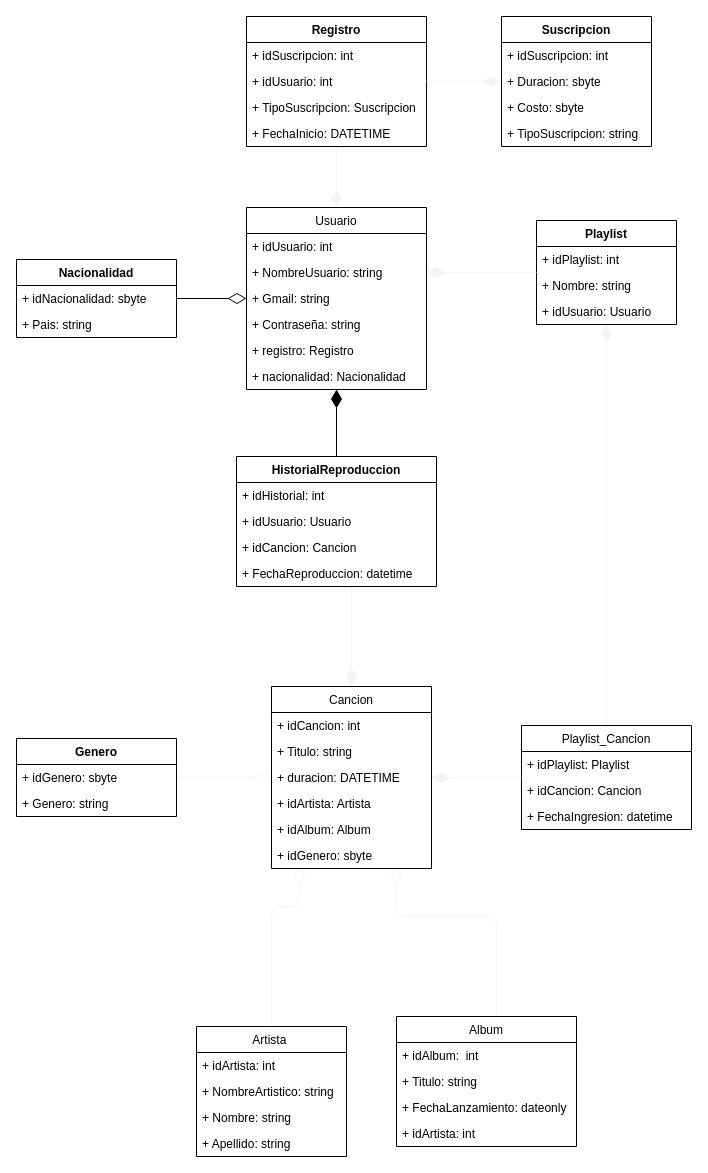
The draw.io diagram doc/Diagrama.drawio in JosuGuzman/BD-Spotify, before the edit. Source tidied: cells renumbered, new cells numbered last; positions are measured from the earlier drawing's top-left corner, leaving out a move shared by most shapes. Both pictures are drawn from the tidied source at 100%, with x=0, y=0 at pixel (16, 16).
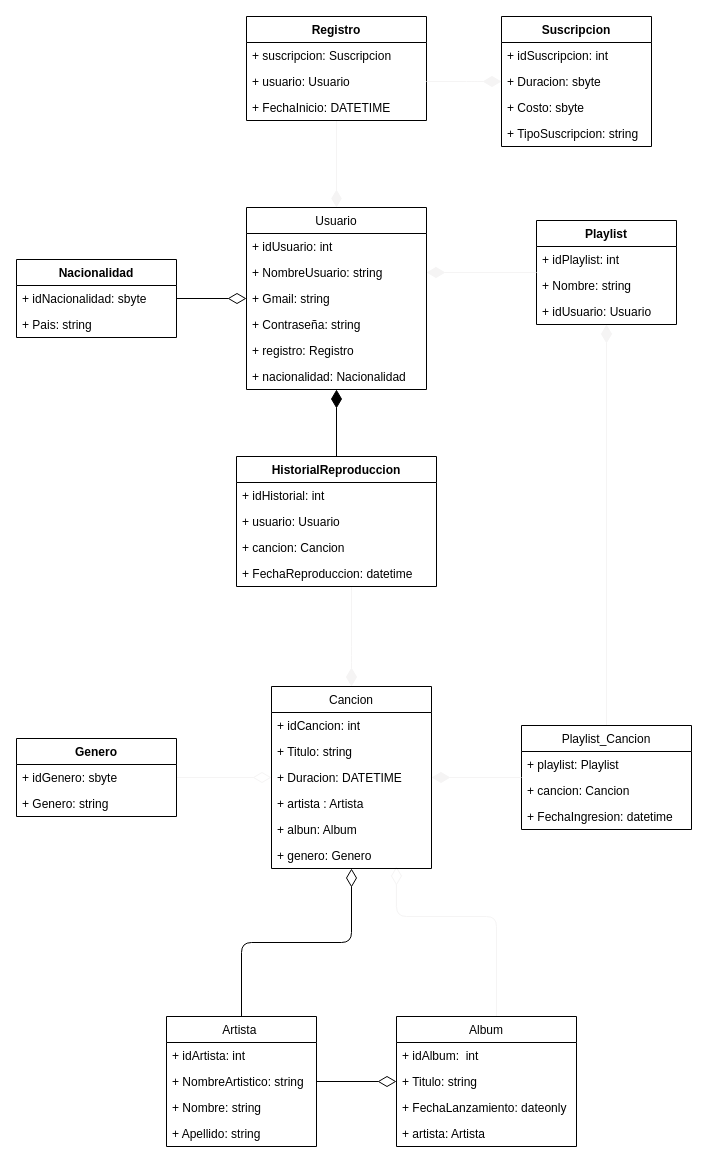
After the change.

The change refers to these unchanged cells:
```xml
<mxCell id="16" value="Album" style="swimlane;fontStyle=0;horizontal=1;startSize=26;fillColor=none;" parent="1" vertex="1">
  <mxGeometry x="380" y="1000" width="180" height="130" as="geometry" />
</mxCell>
<mxCell id="22" value="Cancion" style="swimlane;fontStyle=0;horizontal=1;startSize=26;fillColor=none;" parent="1" vertex="1">
  <mxGeometry x="255" y="670" width="160" height="182" as="geometry" />
</mxCell>
<mxCell id="44" value="Playlist_Cancion" style="swimlane;fontStyle=0;horizontal=1;startSize=26;fillColor=none;" parent="1" vertex="1">
  <mxGeometry x="505" y="709" width="170" height="104" as="geometry" />
</mxCell>
<mxCell id="59" value="HistorialReproduccion" style="swimlane;fontStyle=1;horizontal=1;startSize=26;" parent="1" vertex="1">
  <mxGeometry x="220" y="440" width="200" height="130" as="geometry" />
</mxCell>
```

What changed in the source:
```diff
@@
-    <mxCell id="9" style="edgeStyle=orthogonalEdgeStyle;html=1;strokeColor=#f5f4f4;strokeWidth=1;startArrow=none;startFill=0;entryX=0.173;entryY=0.974;entryDx=0;entryDy=0;entryPerimeter=0;endSize=16;startSize=6;endArrow=diamondThin;endFill=0;jumpSize=3;" parent="1" edge="1" source="10" target="28">
-      <mxGeometry relative="1" as="geometry">
-        <Array as="points">
-          <mxPoint x="255" y="890" />
-          <mxPoint x="283" y="890" />
-        </Array>
-      </mxGeometry>
-    </mxCell>
+    <mxCell id="66" style="edgeStyle=none;jumpSize=3;html=1;strokeWidth=1;startArrow=none;startFill=0;endArrow=diamondThin;endFill=0;startSize=6;endSize=16;" parent="1" edge="1" source="10" target="16">
+      <mxGeometry relative="1" as="geometry" />
+    </mxCell>
+    <mxCell id="67" style="edgeStyle=orthogonalEdgeStyle;jumpSize=3;html=1;strokeWidth=1;startArrow=none;startFill=0;endArrow=diamondThin;endFill=0;startSize=6;endSize=16;" parent="1" edge="1" source="10" target="22">
+      <mxGeometry relative="1" as="geometry" />
+    </mxCell>
     <mxCell id="10" value="Artista " style="swimlane;fontStyle=0;horizontal=1;startSize=26;fillColor=none;" parent="1" vertex="1">
-      <mxGeometry x="180" y="1010" width="150" height="130" as="geometry" />
+      <mxGeometry x="150" y="1000" width="150" height="130" as="geometry" />
     </mxCell>
@@
-    <mxCell id="20" value="+ idArtista: int" style="text;strokeColor=none;fillColor=none;align=left;verticalAlign=middle;spacingLeft=4;spacingRight=4;overflow=hidden;" parent="16" vertex="1">
+    <mxCell id="20" value="+ artista: Artista" style="text;strokeColor=none;fillColor=none;align=left;verticalAlign=middle;spacingLeft=4;spacingRight=4;overflow=hidden;" parent="16" vertex="1">
       <mxGeometry y="104" width="180" height="26" as="geometry" />
     </mxCell>
@@
-    <mxCell id="25" value="+ duracion: DATETIME" style="text;strokeColor=none;fillColor=none;align=left;verticalAlign=middle;spacingLeft=4;spacingRight=4;overflow=hidden;points=[[0,0.5],[1,0.5]];portConstraint=eastwest;" parent="22" vertex="1">
+    <mxCell id="25" value="+ Duracion: DATETIME" style="text;strokeColor=none;fillColor=none;align=left;verticalAlign=middle;spacingLeft=4;spacingRight=4;overflow=hidden;points=[[0,0.5],[1,0.5]];portConstraint=eastwest;" parent="22" vertex="1">
       <mxGeometry y="78" width="160" height="26" as="geometry" />
     </mxCell>
-    <mxCell id="26" value="+ idArtista: Artista" style="text;strokeColor=none;fillColor=none;align=left;verticalAlign=middle;spacingLeft=4;spacingRight=4;overflow=hidden;" parent="22" vertex="1">
+    <mxCell id="26" value="+ artista : Artista" style="text;strokeColor=none;fillColor=none;align=left;verticalAlign=middle;spacingLeft=4;spacingRight=4;overflow=hidden;" parent="22" vertex="1">
       <mxGeometry y="104" width="160" height="26" as="geometry" />
     </mxCell>
-    <mxCell id="27" value="+ idAlbum: Album" style="text;strokeColor=none;fillColor=none;align=left;verticalAlign=middle;spacingLeft=4;spacingRight=4;overflow=hidden;" parent="22" vertex="1">
+    <mxCell id="27" value="+ albun: Album" style="text;strokeColor=none;fillColor=none;align=left;verticalAlign=middle;spacingLeft=4;spacingRight=4;overflow=hidden;" parent="22" vertex="1">
       <mxGeometry y="130" width="160" height="26" as="geometry" />
     </mxCell>
-    <mxCell id="28" value="+ idGenero: sbyte" style="text;strokeColor=none;fillColor=none;align=left;verticalAlign=middle;spacingLeft=4;spacingRight=4;overflow=hidden;points=[[0,0.5],[1,0.5]];portConstraint=eastwest;" parent="22" vertex="1">
+    <mxCell id="28" value="+ genero: Genero" style="text;strokeColor=none;fillColor=none;align=left;verticalAlign=middle;spacingLeft=4;spacingRight=4;overflow=hidden;points=[[0,0.5],[1,0.5]];portConstraint=eastwest;" parent="22" vertex="1">
       <mxGeometry y="156" width="160" height="26" as="geometry" />
     </mxCell>
@@
-    <mxCell id="45" value="+ idPlaylist: Playlist" style="text;strokeColor=none;fillColor=none;align=left;verticalAlign=top;spacingLeft=4;spacingRight=4;overflow=hidden;" parent="44" vertex="1">
+    <mxCell id="45" value="+ playlist: Playlist" style="text;strokeColor=none;fillColor=none;align=left;verticalAlign=top;spacingLeft=4;spacingRight=4;overflow=hidden;" parent="44" vertex="1">
       <mxGeometry y="26" width="170" height="26" as="geometry" />
     </mxCell>
-    <mxCell id="46" value="+ idCancion: Cancion" style="text;strokeColor=none;fillColor=none;align=left;verticalAlign=top;spacingLeft=4;spacingRight=4;overflow=hidden;" parent="44" vertex="1">
+    <mxCell id="46" value="+ cancion: Cancion" style="text;strokeColor=none;fillColor=none;align=left;verticalAlign=top;spacingLeft=4;spacingRight=4;overflow=hidden;" parent="44" vertex="1">
       <mxGeometry y="52" width="170" height="26" as="geometry" />
     </mxCell>
@@
     <mxCell id="48" value="Registro" style="swimlane;fontStyle=1;horizontal=1;startSize=26;fillColor=none;" parent="1" vertex="1">
-      <mxGeometry x="230" width="180" height="130" as="geometry" />
+      <mxGeometry x="230" width="180" height="104" as="geometry" />
     </mxCell>
-    <mxCell id="49" value="+ idSuscripcion: int" style="text;strokeColor=none;fillColor=none;align=left;verticalAlign=top;spacingLeft=4;spacingRight=4;overflow=hidden;" parent="48" vertex="1">
+    <mxCell id="49" value="+ suscripcion: Suscripcion" style="text;strokeColor=none;fillColor=none;align=left;verticalAlign=top;spacingLeft=4;spacingRight=4;overflow=hidden;" parent="48" vertex="1">
       <mxGeometry y="26" width="180" height="26" as="geometry" />
     </mxCell>
-    <mxCell id="50" value="+ idUsuario: int" style="text;strokeColor=none;fillColor=none;align=left;verticalAlign=top;spacingLeft=4;spacingRight=4;overflow=hidden;" parent="48" vertex="1">
+    <mxCell id="50" value="+ usuario: Usuario" style="text;strokeColor=none;fillColor=none;align=left;verticalAlign=top;spacingLeft=4;spacingRight=4;overflow=hidden;" parent="48" vertex="1">
       <mxGeometry y="52" width="180" height="26" as="geometry" />
     </mxCell>
-    <mxCell id="51" value="+ TipoSuscripcion: Suscripcion" style="text;strokeColor=none;fillColor=none;align=left;verticalAlign=top;spacingLeft=4;spacingRight=4;overflow=hidden;" parent="48" vertex="1">
-      <mxGeometry y="78" width="180" height="26" as="geometry" />
-    </mxCell>
     <mxCell id="52" value="+ FechaInicio: DATETIME" style="text;strokeColor=none;fillColor=none;align=left;verticalAlign=top;spacingLeft=4;spacingRight=4;overflow=hidden;" parent="48" vertex="1">
-      <mxGeometry y="104" width="180" height="26" as="geometry" />
+      <mxGeometry y="78" width="180" height="26" as="geometry" />
     </mxCell>
@@
-    <mxCell id="61" value="+ idUsuario: Usuario" style="text;strokeColor=none;fillColor=none;align=left;verticalAlign=top;spacingLeft=4;spacingRight=4;overflow=hidden;" parent="59" vertex="1">
+    <mxCell id="61" value="+ usuario: Usuario" style="text;strokeColor=none;fillColor=none;align=left;verticalAlign=top;spacingLeft=4;spacingRight=4;overflow=hidden;" parent="59" vertex="1">
       <mxGeometry y="52" width="200" height="26" as="geometry" />
     </mxCell>
-    <mxCell id="62" value="+ idCancion: Cancion" style="text;strokeColor=none;fillColor=none;align=left;verticalAlign=top;spacingLeft=4;spacingRight=4;overflow=hidden;" parent="59" vertex="1">
+    <mxCell id="62" value="+ cancion: Cancion" style="text;strokeColor=none;fillColor=none;align=left;verticalAlign=top;spacingLeft=4;spacingRight=4;overflow=hidden;" parent="59" vertex="1">
       <mxGeometry y="78" width="200" height="26" as="geometry" />
     </mxCell>
```
